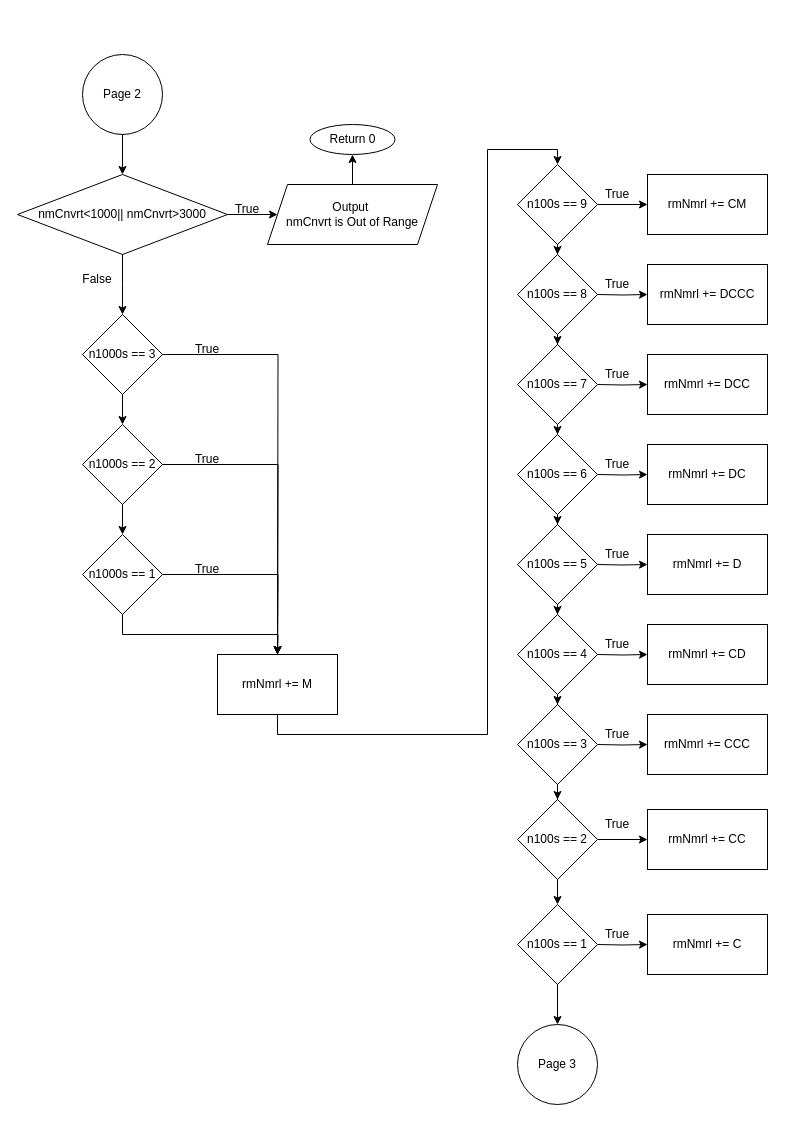
Earlier version of the draw.io diagram page "Page-2" (2 of 3) of Lab/RomanNumeralConversion_FlowChart.drawio (Error1417/CIS5_Example). Source tidied: cells renumbered, new cells numbered last; positions are measured from the earlier drawing's top-left corner, leaving out a move shared by most shapes. Both pictures are drawn from the tidied source at 100%, with x=0, y=0 at pixel (17, 54).
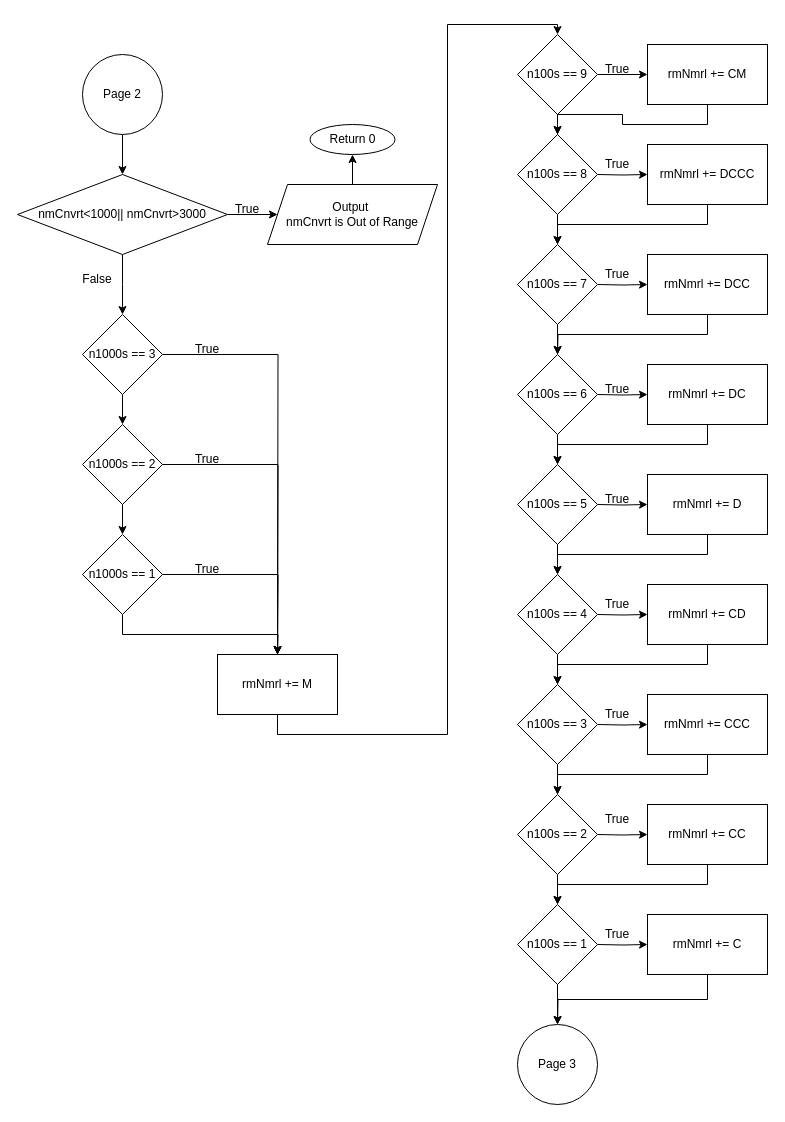
The same page after the edit.

Unchanged cells that the change refers to:
```xml
<mxCell id="25" value="rmNmrl += M" style="rounded=0;whiteSpace=wrap;html=1;" parent="1" vertex="1">
  <mxGeometry x="200" y="600" width="120" height="60" as="geometry" />
</mxCell>
<mxCell id="52" value="rmNmrl += C" style="rounded=0;whiteSpace=wrap;html=1;" parent="1" vertex="1">
  <mxGeometry x="630" y="860" width="120" height="60" as="geometry" />
</mxCell>
<mxCell id="70" value="n100s == 1" style="rhombus;whiteSpace=wrap;html=1;" parent="1" vertex="1">
  <mxGeometry x="500" y="850" width="80" height="80" as="geometry" />
</mxCell>
```

Diff of the diagram source:
```diff
@@
     <mxCell id="24" style="edgeStyle=orthogonalEdgeStyle;rounded=0;jettySize=auto;html=1;exitX=0.5;exitY=1;exitDx=0;exitDy=0;entryX=0.5;entryY=0;entryDx=0;entryDy=0;" parent="1" edge="1" source="25" target="28">
       <mxGeometry relative="1" as="geometry">
         <Array as="points">
           <mxPoint x="260" y="680" />
-          <mxPoint x="470" y="680" />
-          <mxPoint x="470" y="95" />
-          <mxPoint x="540" y="95" />
+          <mxPoint x="430" y="680" />
+          <mxPoint x="430" y="-30" />
+          <mxPoint x="540" y="-30" />
         </Array>
       </mxGeometry>
     </mxCell>
@@
     <mxCell id="28" value="n100s == 9" style="rhombus;whiteSpace=wrap;html=1;" parent="1" vertex="1">
-      <mxGeometry x="500" y="110" width="80" height="80" as="geometry" />
+      <mxGeometry x="500" y="-20" width="80" height="80" as="geometry" />
     </mxCell>
+    <mxCell id="72" style="edgeStyle=orthogonalEdgeStyle;rounded=0;jettySize=auto;html=1;exitX=0.5;exitY=1;exitDx=0;exitDy=0;entryX=0.5;entryY=0;entryDx=0;entryDy=0;" parent="1" edge="1" source="29" target="55">
+      <mxGeometry relative="1" as="geometry" />
+    </mxCell>
     <mxCell id="29" value="rmNmrl += CM" style="rounded=0;whiteSpace=wrap;html=1;" parent="1" vertex="1">
-      <mxGeometry x="630" y="120" width="120" height="60" as="geometry" />
+      <mxGeometry x="630" y="-10" width="120" height="60" as="geometry" />
     </mxCell>
     <mxCell id="30" value="True" style="text;html=1;strokeColor=none;fillColor=none;align=center;verticalAlign=middle;whiteSpace=wrap;rounded=0;" parent="1" vertex="1">
-      <mxGeometry x="570" y="125" width="60" height="30" as="geometry" />
+      <mxGeometry x="570" width="60" height="30" as="geometry" />
     </mxCell>
     <mxCell id="31" style="edgeStyle=orthogonalEdgeStyle;rounded=0;jettySize=auto;html=1;exitX=1;exitY=0.5;exitDx=0;exitDy=0;entryX=0;entryY=0.5;entryDx=0;entryDy=0;" parent="1" edge="1" target="32">
       <mxGeometry relative="1" as="geometry">
-        <mxPoint x="580" y="240" as="sourcePoint" />
+        <mxPoint x="580" y="120" as="sourcePoint" />
       </mxGeometry>
     </mxCell>
+    <mxCell id="73" style="edgeStyle=orthogonalEdgeStyle;rounded=0;jettySize=auto;html=1;exitX=0.5;exitY=1;exitDx=0;exitDy=0;entryX=0.5;entryY=0;entryDx=0;entryDy=0;" parent="1" edge="1" source="32" target="57">
+      <mxGeometry relative="1" as="geometry" />
+    </mxCell>
     <mxCell id="32" value="rmNmrl += DCCC" style="rounded=0;whiteSpace=wrap;html=1;" parent="1" vertex="1">
-      <mxGeometry x="630" y="210" width="120" height="60" as="geometry" />
+      <mxGeometry x="630" y="90" width="120" height="60" as="geometry" />
     </mxCell>
     <mxCell id="33" value="True" style="text;html=1;strokeColor=none;fillColor=none;align=center;verticalAlign=middle;whiteSpace=wrap;rounded=0;" parent="1" vertex="1">
-      <mxGeometry x="570" y="215" width="60" height="30" as="geometry" />
+      <mxGeometry x="570" y="95" width="60" height="30" as="geometry" />
     </mxCell>
     <mxCell id="34" style="edgeStyle=orthogonalEdgeStyle;rounded=0;jettySize=auto;html=1;exitX=1;exitY=0.5;exitDx=0;exitDy=0;entryX=0;entryY=0.5;entryDx=0;entryDy=0;" parent="1" edge="1" target="35">
       <mxGeometry relative="1" as="geometry">
-        <mxPoint x="580" y="330" as="sourcePoint" />
+        <mxPoint x="580" y="230" as="sourcePoint" />
       </mxGeometry>
     </mxCell>
+    <mxCell id="74" style="edgeStyle=orthogonalEdgeStyle;rounded=0;jettySize=auto;html=1;exitX=0.5;exitY=1;exitDx=0;exitDy=0;" parent="1" edge="1" source="35">
+      <mxGeometry relative="1" as="geometry">
+        <mxPoint x="540" y="300" as="targetPoint" />
+      </mxGeometry>
+    </mxCell>
     <mxCell id="35" value="rmNmrl += DCC" style="rounded=0;whiteSpace=wrap;html=1;" parent="1" vertex="1">
-      <mxGeometry x="630" y="300" width="120" height="60" as="geometry" />
+      <mxGeometry x="630" y="200" width="120" height="60" as="geometry" />
     </mxCell>
     <mxCell id="36" value="True" style="text;html=1;strokeColor=none;fillColor=none;align=center;verticalAlign=middle;whiteSpace=wrap;rounded=0;" parent="1" vertex="1">
-      <mxGeometry x="570" y="305" width="60" height="30" as="geometry" />
+      <mxGeometry x="570" y="205" width="60" height="30" as="geometry" />
     </mxCell>
     <mxCell id="37" style="edgeStyle=orthogonalEdgeStyle;rounded=0;jettySize=auto;html=1;exitX=1;exitY=0.5;exitDx=0;exitDy=0;entryX=0;entryY=0.5;entryDx=0;entryDy=0;" parent="1" edge="1" target="38">
       <mxGeometry relative="1" as="geometry">
-        <mxPoint x="580" y="420" as="sourcePoint" />
+        <mxPoint x="580" y="340" as="sourcePoint" />
       </mxGeometry>
     </mxCell>
+    <mxCell id="75" style="edgeStyle=orthogonalEdgeStyle;rounded=0;jettySize=auto;html=1;exitX=0.5;exitY=1;exitDx=0;exitDy=0;entryX=0.5;entryY=0;entryDx=0;entryDy=0;" parent="1" edge="1" source="38" target="61">
+      <mxGeometry relative="1" as="geometry" />
+    </mxCell>
     <mxCell id="38" value="rmNmrl += DC" style="rounded=0;whiteSpace=wrap;html=1;" parent="1" vertex="1">
-      <mxGeometry x="630" y="390" width="120" height="60" as="geometry" />
+      <mxGeometry x="630" y="310" width="120" height="60" as="geometry" />
     </mxCell>
     <mxCell id="39" value="True" style="text;html=1;strokeColor=none;fillColor=none;align=center;verticalAlign=middle;whiteSpace=wrap;rounded=0;" parent="1" vertex="1">
-      <mxGeometry x="570" y="395" width="60" height="30" as="geometry" />
+      <mxGeometry x="570" y="320" width="60" height="30" as="geometry" />
     </mxCell>
     <mxCell id="40" style="edgeStyle=orthogonalEdgeStyle;rounded=0;jettySize=auto;html=1;exitX=1;exitY=0.5;exitDx=0;exitDy=0;entryX=0;entryY=0.5;entryDx=0;entryDy=0;" parent="1" edge="1" target="41">
       <mxGeometry relative="1" as="geometry">
-        <mxPoint x="580" y="510" as="sourcePoint" />
+        <mxPoint x="580" y="450" as="sourcePoint" />
       </mxGeometry>
     </mxCell>
+    <mxCell id="76" style="edgeStyle=orthogonalEdgeStyle;rounded=0;jettySize=auto;html=1;exitX=0.5;exitY=1;exitDx=0;exitDy=0;entryX=0.5;entryY=0;entryDx=0;entryDy=0;" parent="1" edge="1" source="41" target="63">
+      <mxGeometry relative="1" as="geometry" />
+    </mxCell>
     <mxCell id="41" value="rmNmrl += D" style="rounded=0;whiteSpace=wrap;html=1;" parent="1" vertex="1">
-      <mxGeometry x="630" y="480" width="120" height="60" as="geometry" />
+      <mxGeometry x="630" y="420" width="120" height="60" as="geometry" />
     </mxCell>
     <mxCell id="42" value="True" style="text;html=1;strokeColor=none;fillColor=none;align=center;verticalAlign=middle;whiteSpace=wrap;rounded=0;" parent="1" vertex="1">
-      <mxGeometry x="570" y="485" width="60" height="30" as="geometry" />
+      <mxGeometry x="570" y="430" width="60" height="30" as="geometry" />
     </mxCell>
     <mxCell id="43" style="edgeStyle=orthogonalEdgeStyle;rounded=0;jettySize=auto;html=1;exitX=1;exitY=0.5;exitDx=0;exitDy=0;entryX=0;entryY=0.5;entryDx=0;entryDy=0;" parent="1" edge="1" target="44">
       <mxGeometry relative="1" as="geometry">
-        <mxPoint x="580" y="600" as="sourcePoint" />
+        <mxPoint x="580" y="560" as="sourcePoint" />
       </mxGeometry>
     </mxCell>
+    <mxCell id="77" style="edgeStyle=orthogonalEdgeStyle;rounded=0;jettySize=auto;html=1;exitX=0.5;exitY=1;exitDx=0;exitDy=0;entryX=0.5;entryY=0;entryDx=0;entryDy=0;" parent="1" edge="1" source="44" target="65">
+      <mxGeometry relative="1" as="geometry" />
+    </mxCell>
     <mxCell id="44" value="rmNmrl += CD" style="rounded=0;whiteSpace=wrap;html=1;" parent="1" vertex="1">
-      <mxGeometry x="630" y="570" width="120" height="60" as="geometry" />
+      <mxGeometry x="630" y="530" width="120" height="60" as="geometry" />
     </mxCell>
     <mxCell id="45" value="True" style="text;html=1;strokeColor=none;fillColor=none;align=center;verticalAlign=middle;whiteSpace=wrap;rounded=0;" parent="1" vertex="1">
-      <mxGeometry x="570" y="575" width="60" height="30" as="geometry" />
+      <mxGeometry x="570" y="535" width="60" height="30" as="geometry" />
     </mxCell>
     <mxCell id="46" style="edgeStyle=orthogonalEdgeStyle;rounded=0;jettySize=auto;html=1;exitX=1;exitY=0.5;exitDx=0;exitDy=0;entryX=0;entryY=0.5;entryDx=0;entryDy=0;" parent="1" edge="1" target="47">
       <mxGeometry relative="1" as="geometry">
-        <mxPoint x="580" y="690" as="sourcePoint" />
+        <mxPoint x="580" y="670" as="sourcePoint" />
       </mxGeometry>
     </mxCell>
+    <mxCell id="78" style="edgeStyle=orthogonalEdgeStyle;rounded=0;jettySize=auto;html=1;exitX=0.5;exitY=1;exitDx=0;exitDy=0;entryX=0.5;entryY=0;entryDx=0;entryDy=0;" parent="1" edge="1" source="47" target="67">
+      <mxGeometry relative="1" as="geometry" />
+    </mxCell>
     <mxCell id="47" value="rmNmrl += CCC" style="rounded=0;whiteSpace=wrap;html=1;" parent="1" vertex="1">
-      <mxGeometry x="630" y="660" width="120" height="60" as="geometry" />
+      <mxGeometry x="630" y="640" width="120" height="60" as="geometry" />
     </mxCell>
     <mxCell id="48" value="True" style="text;html=1;strokeColor=none;fillColor=none;align=center;verticalAlign=middle;whiteSpace=wrap;rounded=0;" parent="1" vertex="1">
-      <mxGeometry x="570" y="665" width="60" height="30" as="geometry" />
+      <mxGeometry x="570" y="645" width="60" height="30" as="geometry" />
     </mxCell>
-    <mxCell id="49" style="edgeStyle=orthogonalEdgeStyle;rounded=0;jettySize=auto;html=1;exitX=1;exitY=0.5;exitDx=0;exitDy=0;entryX=0;entryY=0.5;entryDx=0;entryDy=0;" parent="1" edge="1" source="67" target="50">
-      <mxGeometry relative="1" as="geometry" />
+    <mxCell id="49" style="edgeStyle=orthogonalEdgeStyle;rounded=0;jettySize=auto;html=1;exitX=1;exitY=0.5;exitDx=0;exitDy=0;entryX=0;entryY=0.5;entryDx=0;entryDy=0;" parent="1" edge="1" target="50">
+      <mxGeometry relative="1" as="geometry">
+        <mxPoint x="580" y="780" as="sourcePoint" />
+      </mxGeometry>
     </mxCell>
+    <mxCell id="79" style="edgeStyle=orthogonalEdgeStyle;rounded=0;jettySize=auto;html=1;exitX=0.5;exitY=1;exitDx=0;exitDy=0;entryX=0.5;entryY=0;entryDx=0;entryDy=0;" parent="1" edge="1" source="50" target="70">
+      <mxGeometry relative="1" as="geometry" />
+    </mxCell>
     <mxCell id="50" value="rmNmrl += CC" style="rounded=0;whiteSpace=wrap;html=1;" parent="1" vertex="1">
-      <mxGeometry x="630" y="755" width="120" height="60" as="geometry" />
+      <mxGeometry x="630" y="750" width="120" height="60" as="geometry" />
     </mxCell>
@@
+    <mxCell id="80" style="edgeStyle=orthogonalEdgeStyle;rounded=0;jettySize=auto;html=1;exitX=0.5;exitY=1;exitDx=0;exitDy=0;" parent="1" edge="1" source="52">
+      <mxGeometry relative="1" as="geometry">
+        <mxPoint x="540" y="970" as="targetPoint" />
+      </mxGeometry>
+    </mxCell>
@@
     <mxCell id="55" value="n100s == 8" style="rhombus;whiteSpace=wrap;html=1;" parent="1" vertex="1">
-      <mxGeometry x="500" y="200" width="80" height="80" as="geometry" />
+      <mxGeometry x="500" y="80" width="80" height="80" as="geometry" />
     </mxCell>
@@
     <mxCell id="57" value="n100s == 7" style="rhombus;whiteSpace=wrap;html=1;" parent="1" vertex="1">
-      <mxGeometry x="500" y="290" width="80" height="80" as="geometry" />
+      <mxGeometry x="500" y="190" width="80" height="80" as="geometry" />
     </mxCell>
@@
     <mxCell id="59" value="n100s == 6" style="rhombus;whiteSpace=wrap;html=1;" parent="1" vertex="1">
-      <mxGeometry x="500" y="380" width="80" height="80" as="geometry" />
+      <mxGeometry x="500" y="300" width="80" height="80" as="geometry" />
     </mxCell>
@@
     <mxCell id="61" value="n100s == 5" style="rhombus;whiteSpace=wrap;html=1;" parent="1" vertex="1">
-      <mxGeometry x="500" y="470" width="80" height="80" as="geometry" />
+      <mxGeometry x="500" y="410" width="80" height="80" as="geometry" />
     </mxCell>
@@
     <mxCell id="63" value="n100s == 4" style="rhombus;whiteSpace=wrap;html=1;" parent="1" vertex="1">
-      <mxGeometry x="500" y="560" width="80" height="80" as="geometry" />
+      <mxGeometry x="500" y="520" width="80" height="80" as="geometry" />
     </mxCell>
@@
     <mxCell id="65" value="n100s == 3" style="rhombus;whiteSpace=wrap;html=1;" parent="1" vertex="1">
-      <mxGeometry x="500" y="650" width="80" height="80" as="geometry" />
+      <mxGeometry x="500" y="630" width="80" height="80" as="geometry" />
     </mxCell>
-    <mxCell id="66" style="edgeStyle=orthogonalEdgeStyle;rounded=0;jettySize=auto;html=1;" parent="1" edge="1" source="67" target="70">
+    <mxCell id="66" style="edgeStyle=orthogonalEdgeStyle;rounded=0;jettySize=auto;html=1;exitX=0.5;exitY=1;exitDx=0;exitDy=0;entryX=0.5;entryY=0;entryDx=0;entryDy=0;" parent="1" edge="1" source="67" target="70">
       <mxGeometry relative="1" as="geometry" />
     </mxCell>
     <mxCell id="67" value="n100s == 2" style="rhombus;whiteSpace=wrap;html=1;" parent="1" vertex="1">
-      <mxGeometry x="500" y="745" width="80" height="80" as="geometry" />
+      <mxGeometry x="500" y="740" width="80" height="80" as="geometry" />
     </mxCell>
     <mxCell id="68" value="True" style="text;html=1;strokeColor=none;fillColor=none;align=center;verticalAlign=middle;whiteSpace=wrap;rounded=0;" parent="1" vertex="1">
-      <mxGeometry x="570" y="755" width="60" height="30" as="geometry" />
+      <mxGeometry x="570" y="750" width="60" height="30" as="geometry" />
     </mxCell>
```
